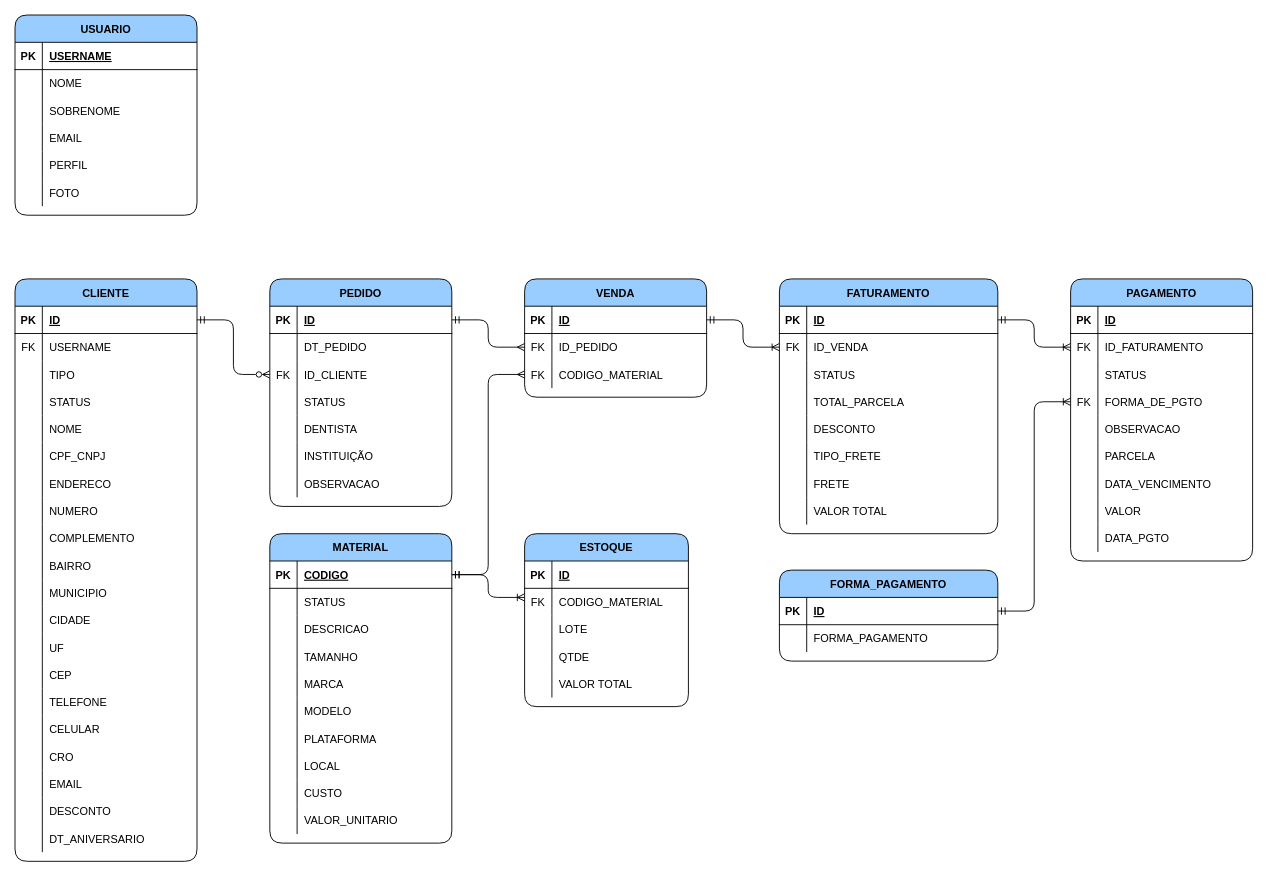
Earlier version of the draw.io diagram page "Entidade de Relacionamento" (3 of 3) of concept.drawio (RenanMatias/macedo-implant-solutions). Source tidied: cells renumbered, new cells numbered last; positions are measured from the earlier drawing's top-left corner, leaving out a move shared by most shapes. Both pictures are drawn from the tidied source at 91%, with x=0, y=0 at pixel (15, 15).
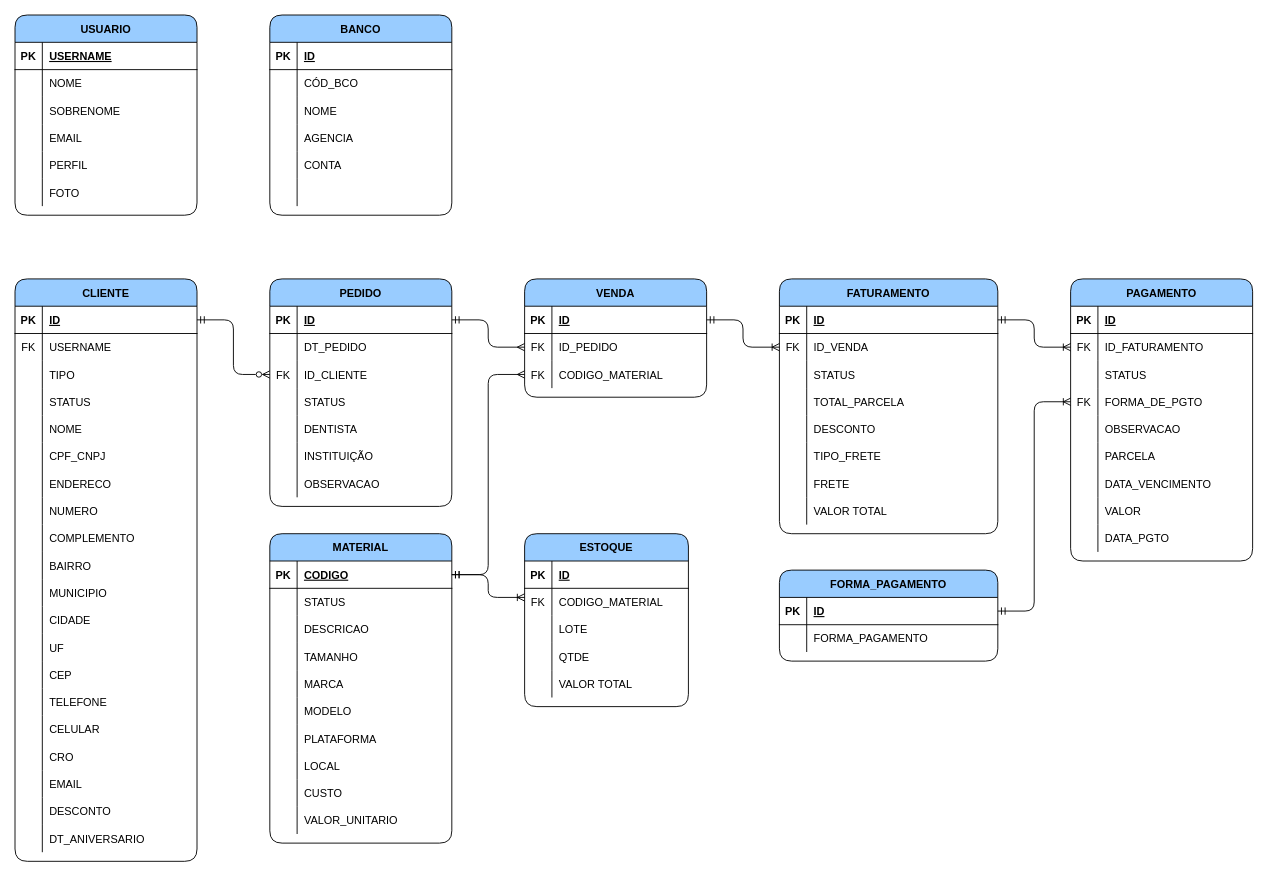
Above is the later version.

The edit, as a diff of the source:
```diff
@@
+    <mxCell id="228" value="BANCO" style="shape=table;startSize=30;childLayout=tableLayout;rowLines=0;fontStyle=1;align=center;rounded=1;shadow=0;sketch=0;fillColor=#99CCFF;" parent="1" vertex="1">
+      <mxGeometry x="280" width="200" height="220" as="geometry" />
+    </mxCell>
+    <mxCell id="229" style="shape=tableRow;horizontal=0;startSize=0;swimlaneHead=0;swimlaneBody=0;fillColor=none;top=0;left=0;right=0;bottom=1;rounded=1;shadow=0;sketch=0;" parent="228" vertex="1">
+      <mxGeometry y="30" width="200" height="30" as="geometry" />
+    </mxCell>
+    <mxCell id="230" value="PK" style="shape=partialRectangle;fillColor=none;top=0;left=0;bottom=0;right=0;fontStyle=1;overflow=hidden;rounded=1;shadow=0;sketch=0;" parent="229" vertex="1">
+      <mxGeometry width="30" height="30" as="geometry" />
+    </mxCell>
+    <mxCell id="231" value="ID" style="shape=partialRectangle;fillColor=none;top=0;left=0;bottom=0;right=0;align=left;spacingLeft=6;fontStyle=5;overflow=hidden;rounded=1;shadow=0;sketch=0;" parent="229" vertex="1">
+      <mxGeometry x="30" width="170" height="30" as="geometry" />
+    </mxCell>
+    <mxCell id="232" style="shape=tableRow;horizontal=0;startSize=0;swimlaneHead=0;swimlaneBody=0;fillColor=none;top=0;left=0;right=0;bottom=0;rounded=1;shadow=0;sketch=0;" parent="228" vertex="1">
+      <mxGeometry y="60" width="200" height="30" as="geometry" />
+    </mxCell>
+    <mxCell id="233" style="shape=partialRectangle;fillColor=none;top=0;left=0;bottom=0;right=0;overflow=hidden;rounded=1;shadow=0;sketch=0;" parent="232" vertex="1">
+      <mxGeometry width="30" height="30" as="geometry" />
+    </mxCell>
+    <mxCell id="234" value="CÓD_BCO" style="shape=partialRectangle;fillColor=none;top=0;left=0;bottom=0;right=0;align=left;spacingLeft=6;overflow=hidden;rounded=1;shadow=0;sketch=0;" parent="232" vertex="1">
+      <mxGeometry x="30" width="170" height="30" as="geometry" />
+    </mxCell>
+    <mxCell id="235" style="shape=tableRow;horizontal=0;startSize=0;swimlaneHead=0;swimlaneBody=0;fillColor=none;top=0;left=0;right=0;bottom=0;rounded=1;shadow=0;sketch=0;" parent="228" vertex="1">
+      <mxGeometry y="90" width="200" height="30" as="geometry" />
+    </mxCell>
+    <mxCell id="236" style="shape=partialRectangle;fillColor=none;top=0;left=0;bottom=0;right=0;overflow=hidden;rounded=1;shadow=0;sketch=0;" parent="235" vertex="1">
+      <mxGeometry width="30" height="30" as="geometry" />
+    </mxCell>
+    <mxCell id="237" value="NOME" style="shape=partialRectangle;fillColor=none;top=0;left=0;bottom=0;right=0;align=left;spacingLeft=6;overflow=hidden;rounded=1;shadow=0;sketch=0;" parent="235" vertex="1">
+      <mxGeometry x="30" width="170" height="30" as="geometry" />
+    </mxCell>
+    <mxCell id="238" style="shape=tableRow;horizontal=0;startSize=0;swimlaneHead=0;swimlaneBody=0;fillColor=none;top=0;left=0;right=0;bottom=0;rounded=1;shadow=0;sketch=0;" parent="228" vertex="1">
+      <mxGeometry y="120" width="200" height="30" as="geometry" />
+    </mxCell>
+    <mxCell id="239" style="shape=partialRectangle;fillColor=none;top=0;left=0;bottom=0;right=0;overflow=hidden;rounded=1;shadow=0;sketch=0;" parent="238" vertex="1">
+      <mxGeometry width="30" height="30" as="geometry" />
+    </mxCell>
+    <mxCell id="240" value="AGENCIA" style="shape=partialRectangle;fillColor=none;top=0;left=0;bottom=0;right=0;align=left;spacingLeft=6;overflow=hidden;rounded=1;shadow=0;sketch=0;" parent="238" vertex="1">
+      <mxGeometry x="30" width="170" height="30" as="geometry" />
+    </mxCell>
+    <mxCell id="241" style="shape=tableRow;horizontal=0;startSize=0;swimlaneHead=0;swimlaneBody=0;fillColor=none;top=0;left=0;right=0;bottom=0;rounded=1;shadow=0;sketch=0;" parent="228" vertex="1">
+      <mxGeometry y="150" width="200" height="30" as="geometry" />
+    </mxCell>
+    <mxCell id="242" style="shape=partialRectangle;fillColor=none;top=0;left=0;bottom=0;right=0;overflow=hidden;rounded=1;shadow=0;sketch=0;" parent="241" vertex="1">
+      <mxGeometry width="30" height="30" as="geometry" />
+    </mxCell>
+    <mxCell id="243" value="CONTA" style="shape=partialRectangle;fillColor=none;top=0;left=0;bottom=0;right=0;align=left;spacingLeft=6;overflow=hidden;rounded=1;shadow=0;sketch=0;" parent="241" vertex="1">
+      <mxGeometry x="30" width="170" height="30" as="geometry" />
+    </mxCell>
+    <mxCell id="244" style="shape=tableRow;horizontal=0;startSize=0;swimlaneHead=0;swimlaneBody=0;fillColor=none;top=0;left=0;right=0;bottom=0;rounded=1;shadow=0;sketch=0;" parent="228" vertex="1">
+      <mxGeometry y="180" width="200" height="30" as="geometry" />
+    </mxCell>
+    <mxCell id="245" style="shape=partialRectangle;fillColor=none;top=0;left=0;bottom=0;right=0;overflow=hidden;rounded=1;shadow=0;sketch=0;" parent="244" vertex="1">
+      <mxGeometry width="30" height="30" as="geometry" />
+    </mxCell>
+    <mxCell id="246" style="shape=partialRectangle;fillColor=none;top=0;left=0;bottom=0;right=0;align=left;spacingLeft=6;overflow=hidden;rounded=1;shadow=0;sketch=0;" parent="244" vertex="1">
+      <mxGeometry x="30" width="170" height="30" as="geometry" />
+    </mxCell>
```
